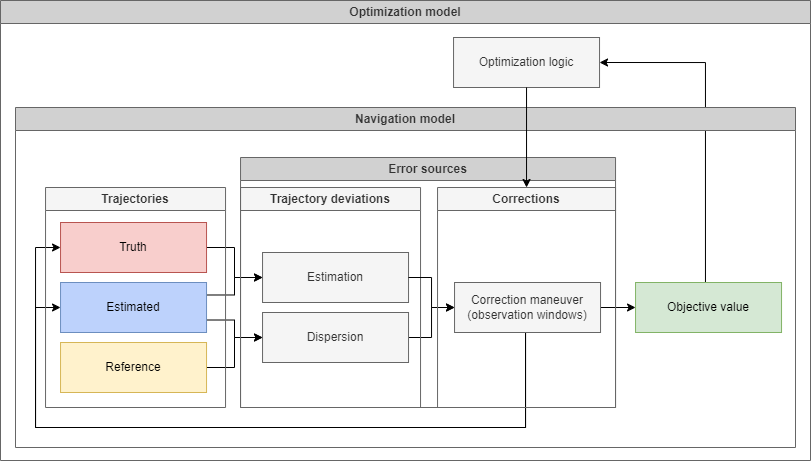
The draw.io diagram report/figures/OptimizationModelStructure.png in ThomasBosboom/ThesisSpace, before a commit. Source tidied: cells renumbered, new cells last; positions are measured from the earlier drawing's top-left corner, leaving out a move shared by most shapes.
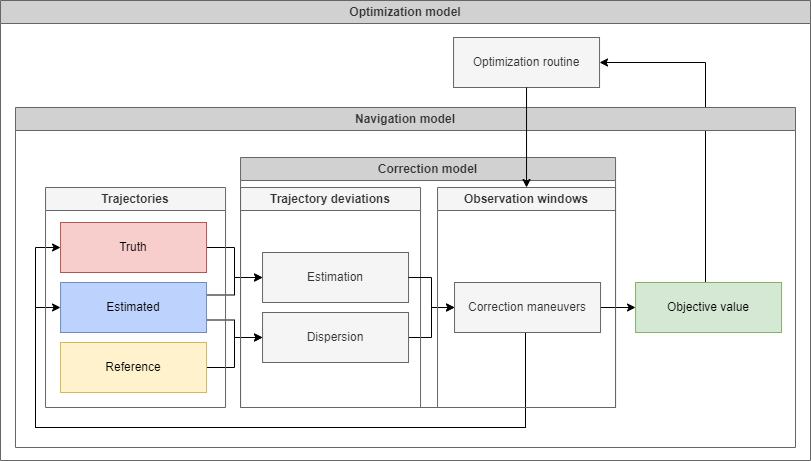
After the commit.

Diff of the diagram source:
```diff
@@ -50,7 +50,7 @@
     <mxCell id="13" style="edgeStyle=orthogonalEdgeStyle;rounded=0;jettySize=auto;html=1;" parent="1" edge="1" source="14" target="22">
       <mxGeometry relative="1" as="geometry" />
     </mxCell>
-    <mxCell id="14" value="Correction maneuver&lt;div&gt;(observation windows)&lt;/div&gt;" style="rounded=0;whiteSpace=wrap;html=1;fillColor=#f5f5f5;strokeColor=#666666;fontColor=#333333;" parent="1" vertex="1">
+    <mxCell id="14" value="Correction maneuvers" style="rounded=0;whiteSpace=wrap;html=1;fillColor=#f5f5f5;strokeColor=#666666;fontColor=#333333;" parent="1" vertex="1">
       <mxGeometry x="454" y="282" width="146" height="50" as="geometry" />
     </mxCell>
     <mxCell id="15" value="Trajectories" style="swimlane;whiteSpace=wrap;html=1;fillColor=#f5f5f5;strokeColor=#666666;shadow=0;rounded=0;fontColor=#333333;" parent="1" vertex="1">
@@ -65,10 +65,10 @@
     <mxCell id="18" style="edgeStyle=orthogonalEdgeStyle;rounded=0;jettySize=auto;html=1;" parent="1" edge="1" source="17" target="14">
       <mxGeometry relative="1" as="geometry" />
     </mxCell>
-    <mxCell id="19" value="Corrections" style="swimlane;whiteSpace=wrap;html=1;fillColor=#f5f5f5;strokeColor=#666666;shadow=0;rounded=0;fontColor=#333333;startSize=23;" parent="1" vertex="1">
+    <mxCell id="19" value="Observation windows" style="swimlane;whiteSpace=wrap;html=1;fillColor=#f5f5f5;strokeColor=#666666;shadow=0;rounded=0;fontColor=#333333;startSize=23;" parent="1" vertex="1">
       <mxGeometry x="437" y="187" width="178" height="220" as="geometry" />
     </mxCell>
-    <mxCell id="20" value="Error sources" style="swimlane;whiteSpace=wrap;html=1;fillColor=#D1D1D1;strokeColor=#666666;shadow=0;rounded=0;fontColor=#333333;" parent="1" vertex="1">
+    <mxCell id="20" value="Correction model" style="swimlane;whiteSpace=wrap;html=1;fillColor=#D1D1D1;strokeColor=#666666;shadow=0;rounded=0;fontColor=#333333;" parent="1" vertex="1">
       <mxGeometry x="240" y="157" width="375" height="250" as="geometry" />
     </mxCell>
     <mxCell id="21" style="edgeStyle=orthogonalEdgeStyle;rounded=0;jettySize=auto;html=1;entryX=1;entryY=0.5;entryDx=0;entryDy=0;" parent="1" edge="1" source="22" target="25">
@@ -87,7 +87,7 @@
     <mxCell id="24" value="Optimization model" style="swimlane;whiteSpace=wrap;html=1;fillColor=#D1D1D1;strokeColor=#666666;shadow=0;rounded=0;fontColor=#333333;" parent="1" vertex="1">
       <mxGeometry width="810" height="460" as="geometry" />
     </mxCell>
-    <mxCell id="25" value="Optimization logic" style="rounded=0;whiteSpace=wrap;html=1;fillColor=#f5f5f5;strokeColor=#666666;fontColor=#333333;" parent="24" vertex="1">
+    <mxCell id="25" value="Optimization routine" style="rounded=0;whiteSpace=wrap;html=1;fillColor=#f5f5f5;strokeColor=#666666;fontColor=#333333;" parent="24" vertex="1">
       <mxGeometry x="453" y="37" width="146" height="50" as="geometry" />
     </mxCell>
     <mxCell id="26" style="edgeStyle=orthogonalEdgeStyle;rounded=0;jettySize=auto;html=1;" parent="1" edge="1" source="25" target="19">
```
